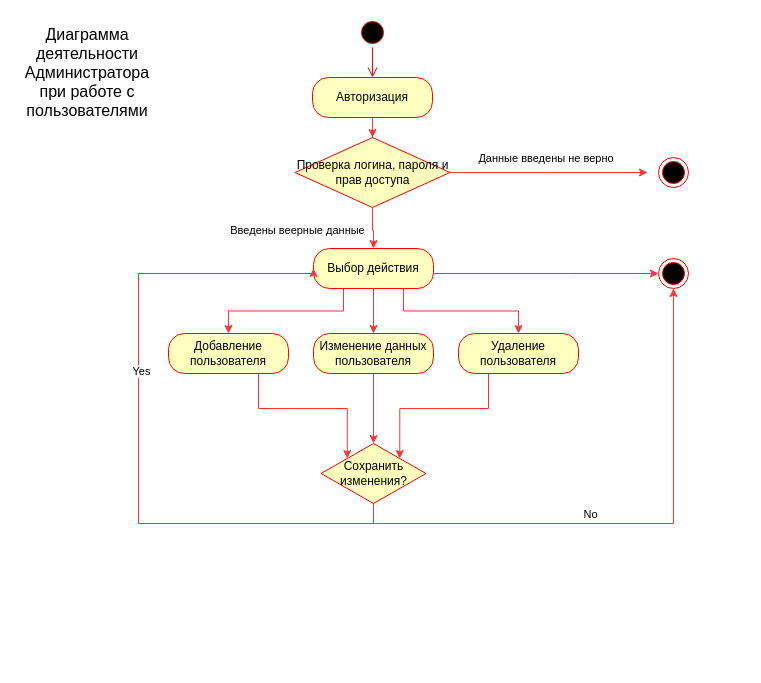
FaridunSalimzoda/myvkr keeps this draw.io diagram as page "Administrator" (10 of 13) of UML.drawio. Above is the earlier version. Source tidied: cells renumbered, new cells numbered last; positions are measured from the earlier drawing's top-left corner, leaving out a move shared by most shapes. Both pictures are drawn from the tidied source at 100%, with x=0, y=0 at pixel (17, 17).
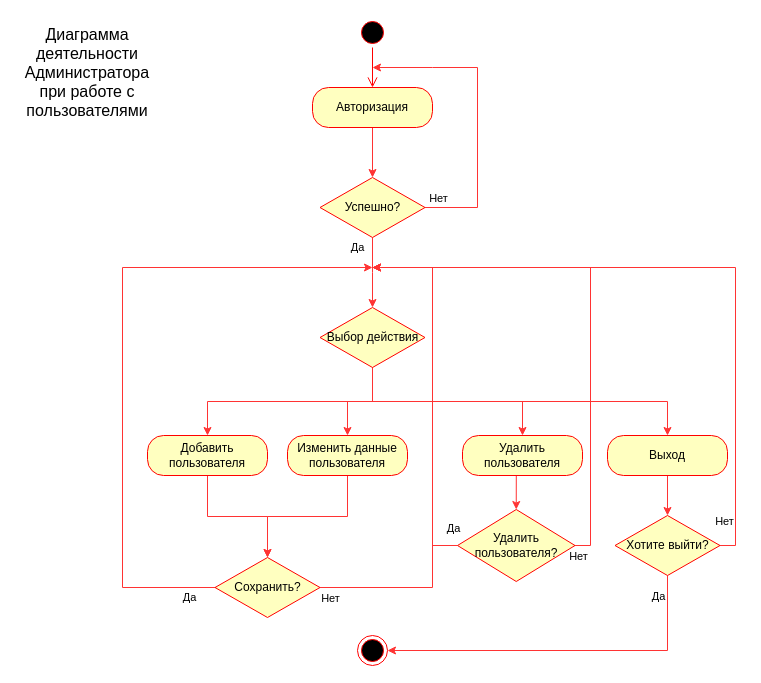
Above is the later version.

The edit, as a diff of the source:
```diff
@@
+    <mxCell id="24" value="&lt;font style=&quot;font-size: 16px&quot;&gt;Диаграмма деятельности Администратора&lt;br&gt;при работе с пользователями&lt;br&gt;&lt;/font&gt;" style="text;html=1;strokeColor=none;fillColor=none;align=center;verticalAlign=middle;whiteSpace=wrap;rounded=0;" parent="1" vertex="1">
+      <mxGeometry y="10" width="140" height="90" as="geometry" />
+    </mxCell>
+    <mxCell id="16" style="ellipse;html=1;shape=startState;fillColor=#000000;strokeColor=#ff0000;" parent="1" vertex="1">
+      <mxGeometry x="340" width="30" height="30" as="geometry" />
+    </mxCell>
-    <mxCell id="2" style="edgeStyle=orthogonalEdgeStyle;html=1;verticalAlign=bottom;endArrow=open;endSize=8;strokeColor=#ff0000;entryX=0.5;entryY=0;entryDx=0;entryDy=0;entryPerimeter=0;exitX=0.5;exitY=1;exitDx=0;exitDy=0;" parent="1" edge="1" source="16" target="4">
+    <mxCell id="2" style="edgeStyle=orthogonalEdgeStyle;html=1;verticalAlign=bottom;endArrow=open;endSize=8;strokeColor=#ff0000;entryX=0.5;entryY=0;entryDx=0;entryDy=0;entryPerimeter=0;" parent="1" edge="1" source="16" target="4">
       <mxGeometry relative="1" as="geometry" />
     </mxCell>
-    <mxCell id="3" style="edgeStyle=orthogonalEdgeStyle;rounded=0;jettySize=auto;html=1;exitX=0.5;exitY=1;exitDx=0;exitDy=0;strokeColor=#FF3333;" parent="1" edge="1" source="4" target="28">
-      <mxGeometry relative="1" as="geometry" />
-    </mxCell>
+    <mxCell id="29" style="edgeStyle=orthogonalEdgeStyle;rounded=0;jettySize=auto;html=1;exitX=0.5;exitY=1;exitDx=0;exitDy=0;strokeColor=#FF3333;entryX=0.5;entryY=0;entryDx=0;entryDy=0;" parent="1" edge="1" source="4" target="33">
+      <mxGeometry relative="1" as="geometry" />
+    </mxCell>
     <mxCell id="4" value="Авторизация" style="rounded=1;whiteSpace=wrap;html=1;arcSize=40;fontColor=#000000;fillColor=#ffffc0;strokeColor=#ff0000;" parent="1" vertex="1">
-      <mxGeometry x="295" y="60" width="120" height="40" as="geometry" />
+      <mxGeometry x="295" y="70" width="120" height="40" as="geometry" />
     </mxCell>
-    <mxCell id="5" style="edgeStyle=orthogonalEdgeStyle;rounded=0;jettySize=auto;html=1;exitX=1;exitY=0.5;exitDx=0;exitDy=0;strokeColor=#FF3333;entryX=0;entryY=0.5;entryDx=0;entryDy=0;" parent="1" edge="1" source="9" target="23">
-      <mxGeometry relative="1" as="geometry">
-        <Array as="points">
-          <mxPoint x="551" y="256" />
-          <mxPoint x="551" y="256" />
-        </Array>
-      </mxGeometry>
-    </mxCell>
-    <mxCell id="6" style="edgeStyle=orthogonalEdgeStyle;rounded=0;jettySize=auto;html=1;exitX=0.25;exitY=1;exitDx=0;exitDy=0;strokeColor=#FF3333;" parent="1" edge="1" source="9" target="18">
-      <mxGeometry relative="1" as="geometry" />
-    </mxCell>
-    <mxCell id="7" style="edgeStyle=orthogonalEdgeStyle;rounded=0;jettySize=auto;html=1;exitX=0.5;exitY=1;exitDx=0;exitDy=0;entryX=0.5;entryY=0;entryDx=0;entryDy=0;strokeColor=#FF3333;" parent="1" edge="1" source="9" target="20">
-      <mxGeometry relative="1" as="geometry" />
-    </mxCell>
-    <mxCell id="8" style="edgeStyle=orthogonalEdgeStyle;rounded=0;jettySize=auto;html=1;exitX=0.75;exitY=1;exitDx=0;exitDy=0;strokeColor=#FF3333;" parent="1" edge="1" source="9" target="22">
-      <mxGeometry relative="1" as="geometry" />
-    </mxCell>
+    <mxCell id="30" style="edgeStyle=orthogonalEdgeStyle;rounded=0;jettySize=auto;html=1;exitX=1;exitY=0.5;exitDx=0;exitDy=0;strokeColor=#FF3333;" parent="1" edge="1" source="33">
+      <mxGeometry relative="1" as="geometry">
+        <mxPoint x="355" y="50" as="targetPoint" />
+        <Array as="points">
+          <mxPoint x="460" y="190" />
+          <mxPoint x="460" y="50" />
+          <mxPoint x="415" y="50" />
+        </Array>
+      </mxGeometry>
+    </mxCell>
+    <mxCell id="31" value="Нет" style="edgeLabel;html=1;align=center;verticalAlign=middle;" parent="30" vertex="1">
+      <mxGeometry x="0.37" y="4" relative="1" as="geometry">
+        <mxPoint x="-28" y="126" as="offset" />
+      </mxGeometry>
+    </mxCell>
+    <mxCell id="32" value="Да" style="edgeStyle=orthogonalEdgeStyle;rounded=0;jettySize=auto;html=1;exitX=0.5;exitY=1;exitDx=0;exitDy=0;strokeColor=#FF3333;entryX=0.5;entryY=0;entryDx=0;entryDy=0;" parent="1" edge="1" source="33">
+      <mxGeometry x="-0.71" y="-15" relative="1" as="geometry">
+        <mxPoint x="355" y="290" as="targetPoint" />
+      </mxGeometry>
+    </mxCell>
+    <mxCell id="33" value="Успешно?" style="rhombus;whiteSpace=wrap;html=1;fillColor=#ffffc0;strokeColor=#ff0000;" parent="1" vertex="1">
+      <mxGeometry x="302.5" y="160" width="105" height="60" as="geometry" />
+    </mxCell>
+    <mxCell id="34" style="edgeStyle=orthogonalEdgeStyle;rounded=0;jettySize=auto;html=1;exitX=0.5;exitY=1;exitDx=0;exitDy=0;entryX=0.5;entryY=0;entryDx=0;entryDy=0;strokeColor=#FF3333;" parent="1" edge="1" source="35" target="45">
+      <mxGeometry relative="1" as="geometry" />
+    </mxCell>
+    <mxCell id="35" value="Добавить пользователя" style="rounded=1;whiteSpace=wrap;html=1;arcSize=40;fontColor=#000000;fillColor=#ffffc0;strokeColor=#ff0000;" parent="1" vertex="1">
+      <mxGeometry x="130" y="418" width="120" height="40" as="geometry" />
+    </mxCell>
+    <mxCell id="36" style="edgeStyle=orthogonalEdgeStyle;rounded=0;jettySize=auto;html=1;exitX=0.5;exitY=1;exitDx=0;exitDy=0;entryX=0.5;entryY=0;entryDx=0;entryDy=0;strokeColor=#FF3333;" parent="1" edge="1" source="37" target="45">
+      <mxGeometry relative="1" as="geometry" />
+    </mxCell>
+    <mxCell id="37" value="Изменить данные пользователя" style="rounded=1;whiteSpace=wrap;html=1;arcSize=40;fontColor=#000000;fillColor=#ffffc0;strokeColor=#ff0000;" parent="1" vertex="1">
+      <mxGeometry x="270" y="418" width="120" height="40" as="geometry" />
+    </mxCell>
+    <mxCell id="38" style="edgeStyle=orthogonalEdgeStyle;rounded=0;jettySize=auto;html=1;exitX=0.5;exitY=1;exitDx=0;exitDy=0;strokeColor=#FF3333;entryX=0.5;entryY=0;entryDx=0;entryDy=0;" parent="1" edge="1" source="39" target="50">
+      <mxGeometry relative="1" as="geometry" />
+    </mxCell>
+    <mxCell id="39" value="Удалить пользователя" style="rounded=1;whiteSpace=wrap;html=1;arcSize=40;fontColor=#000000;fillColor=#ffffc0;strokeColor=#ff0000;" parent="1" vertex="1">
+      <mxGeometry x="445" y="418" width="120" height="40" as="geometry" />
+    </mxCell>
+    <mxCell id="40" style="edgeStyle=orthogonalEdgeStyle;rounded=0;jettySize=auto;html=1;exitX=0.5;exitY=1;exitDx=0;exitDy=0;entryX=0.5;entryY=0;entryDx=0;entryDy=0;strokeColor=#FF3333;" parent="1" edge="1" source="41" target="56">
+      <mxGeometry relative="1" as="geometry" />
+    </mxCell>
+    <mxCell id="41" value="Выход" style="rounded=1;whiteSpace=wrap;html=1;arcSize=40;fontColor=#000000;fillColor=#ffffc0;strokeColor=#ff0000;" parent="1" vertex="1">
+      <mxGeometry x="590" y="418" width="120" height="40" as="geometry" />
+    </mxCell>
+    <mxCell id="42" value="Да" style="edgeStyle=orthogonalEdgeStyle;rounded=0;orthogonalLoop=1;jettySize=auto;html=1;exitX=0;exitY=0.5;exitDx=0;exitDy=0;strokeColor=#FF3333;" parent="1" edge="1">
+      <mxGeometry x="-0.92" y="10" relative="1" as="geometry">
+        <mxPoint x="198.5" y="570" as="sourcePoint" />
+        <mxPoint x="355" y="250" as="targetPoint" />
+        <Array as="points">
+          <mxPoint x="105" y="570" />
+          <mxPoint x="105" y="250" />
+        </Array>
+      </mxGeometry>
+    </mxCell>
+    <mxCell id="43" style="edgeStyle=orthogonalEdgeStyle;rounded=0;orthogonalLoop=1;jettySize=auto;html=1;exitX=1;exitY=0.5;exitDx=0;exitDy=0;strokeColor=#FF3333;" parent="1" edge="1">
+      <mxGeometry relative="1" as="geometry">
+        <mxPoint x="297.5" y="570" as="sourcePoint" />
+        <mxPoint x="355" y="250" as="targetPoint" />
+        <Array as="points">
+          <mxPoint x="415" y="570" />
+          <mxPoint x="415" y="250" />
+        </Array>
+      </mxGeometry>
+    </mxCell>
+    <mxCell id="44" value="Нет" style="edgeLabel;html=1;align=center;verticalAlign=middle;" parent="43" vertex="1">
+      <mxGeometry x="-0.84" relative="1" as="geometry">
+        <mxPoint x="-25" y="10" as="offset" />
+      </mxGeometry>
+    </mxCell>
+    <mxCell id="45" value="Сохранить?" style="rhombus;whiteSpace=wrap;html=1;fillColor=#ffffc0;strokeColor=#ff0000;" parent="1" vertex="1">
+      <mxGeometry x="197.5" y="540" width="105" height="60" as="geometry" />
+    </mxCell>
+    <mxCell id="46" style="edgeStyle=orthogonalEdgeStyle;rounded=0;jettySize=auto;html=1;exitX=0;exitY=0.5;exitDx=0;exitDy=0;strokeColor=#FF3333;" parent="1" edge="1" source="50">
+      <mxGeometry relative="1" as="geometry">
+        <mxPoint x="355" y="250" as="targetPoint" />
+        <Array as="points">
+          <mxPoint x="415" y="528" />
+          <mxPoint x="415" y="250" />
+        </Array>
+      </mxGeometry>
+    </mxCell>
+    <mxCell id="47" value="Да" style="edgeLabel;html=1;align=center;verticalAlign=middle;" parent="46" vertex="1">
+      <mxGeometry x="-0.81" y="-1" relative="1" as="geometry">
+        <mxPoint x="19" y="-9" as="offset" />
+      </mxGeometry>
+    </mxCell>
+    <mxCell id="48" style="edgeStyle=orthogonalEdgeStyle;rounded=0;orthogonalLoop=1;jettySize=auto;html=1;exitX=1;exitY=0.5;exitDx=0;exitDy=0;strokeColor=#FF3333;" parent="1" edge="1">
+      <mxGeometry relative="1" as="geometry">
+        <mxPoint x="552.5" y="528" as="sourcePoint" />
+        <mxPoint x="355" y="250" as="targetPoint" />
+        <Array as="points">
+          <mxPoint x="573" y="528" />
+          <mxPoint x="573" y="250" />
+        </Array>
+      </mxGeometry>
+    </mxCell>
+    <mxCell id="49" value="Нет" style="edgeLabel;html=1;align=center;verticalAlign=middle;" parent="48" vertex="1">
+      <mxGeometry x="-0.44" y="-2" relative="1" as="geometry">
+        <mxPoint x="-15" y="135" as="offset" />
+      </mxGeometry>
+    </mxCell>
+    <mxCell id="50" value="Удалить пользователя?" style="rhombus;whiteSpace=wrap;html=1;fillColor=#ffffc0;strokeColor=#ff0000;" parent="1" vertex="1">
+      <mxGeometry x="440" y="492" width="117.5" height="72" as="geometry" />
+    </mxCell>
+    <mxCell id="51" style="ellipse;html=1;shape=endState;fillColor=#000000;strokeColor=#ff0000;" parent="1" vertex="1">
+      <mxGeometry x="340" y="618" width="30" height="30" as="geometry" />
+    </mxCell>
+    <mxCell id="52" style="edgeStyle=orthogonalEdgeStyle;rounded=0;jettySize=auto;html=1;exitX=0.5;exitY=1;exitDx=0;exitDy=0;entryX=1;entryY=0.5;entryDx=0;entryDy=0;strokeColor=#FF3333;" parent="1" edge="1" source="56" target="51">
+      <mxGeometry relative="1" as="geometry" />
+    </mxCell>
+    <mxCell id="53" value="Да" style="edgeLabel;html=1;align=center;verticalAlign=middle;" parent="52" vertex="1">
+      <mxGeometry x="-0.89" y="3" relative="1" as="geometry">
+        <mxPoint x="-13" as="offset" />
+      </mxGeometry>
+    </mxCell>
+    <mxCell id="54" style="edgeStyle=orthogonalEdgeStyle;rounded=0;orthogonalLoop=1;jettySize=auto;html=1;exitX=1;exitY=0.5;exitDx=0;exitDy=0;strokeColor=#FF3333;" parent="1" edge="1">
+      <mxGeometry relative="1" as="geometry">
+        <mxPoint x="697.5" y="528" as="sourcePoint" />
+        <mxPoint x="355" y="250" as="targetPoint" />
+        <Array as="points">
+          <mxPoint x="718" y="528" />
+          <mxPoint x="718" y="250" />
+        </Array>
+      </mxGeometry>
+    </mxCell>
+    <mxCell id="55" value="Нет" style="edgeLabel;html=1;align=center;verticalAlign=middle;" parent="54" vertex="1">
+      <mxGeometry x="-0.63" y="-1" relative="1" as="geometry">
+        <mxPoint x="-13" y="77" as="offset" />
+      </mxGeometry>
+    </mxCell>
+    <mxCell id="56" value="Хотите выйти?" style="rhombus;whiteSpace=wrap;html=1;fillColor=#ffffc0;strokeColor=#ff0000;" parent="1" vertex="1">
+      <mxGeometry x="597.5" y="498" width="105" height="60" as="geometry" />
+    </mxCell>
+    <mxCell id="57" style="edgeStyle=orthogonalEdgeStyle;rounded=0;jettySize=auto;html=1;exitX=0.5;exitY=1;exitDx=0;exitDy=0;strokeColor=#FF3333;" parent="1" edge="1" source="9" target="37">
+      <mxGeometry relative="1" as="geometry" />
+    </mxCell>
+    <mxCell id="58" style="edgeStyle=orthogonalEdgeStyle;rounded=0;jettySize=auto;html=1;exitX=0.5;exitY=1;exitDx=0;exitDy=0;entryX=0.5;entryY=0;entryDx=0;entryDy=0;strokeColor=#FF3333;" parent="1" edge="1" source="9" target="39">
+      <mxGeometry relative="1" as="geometry" />
+    </mxCell>
+    <mxCell id="59" style="edgeStyle=orthogonalEdgeStyle;rounded=0;jettySize=auto;html=1;exitX=0.5;exitY=1;exitDx=0;exitDy=0;strokeColor=#FF3333;" parent="1" edge="1" source="9" target="41">
+      <mxGeometry relative="1" as="geometry" />
+    </mxCell>
+    <mxCell id="60" style="edgeStyle=orthogonalEdgeStyle;rounded=0;jettySize=auto;html=1;exitX=0.5;exitY=1;exitDx=0;exitDy=0;entryX=0.5;entryY=0;entryDx=0;entryDy=0;strokeColor=#FF3333;" parent="1" edge="1" source="9" target="35">
+      <mxGeometry relative="1" as="geometry" />
+    </mxCell>
-    <mxCell id="9" value="Выбор действия" style="rounded=1;whiteSpace=wrap;html=1;arcSize=40;fontColor=#000000;fillColor=#ffffc0;strokeColor=#ff0000;" parent="1" vertex="1">
-      <mxGeometry x="296" y="231" width="120" height="40" as="geometry" />
+    <mxCell id="9" value="Выбор действия" style="rhombus;whiteSpace=wrap;html=1;fillColor=#ffffc0;strokeColor=#ff0000;" parent="1" vertex="1">
+      <mxGeometry x="302.5" y="290" width="105" height="60" as="geometry" />
     </mxCell>
-    <mxCell id="10" style="ellipse;html=1;shape=endState;fillColor=#000000;strokeColor=#ff0000;" parent="1" vertex="1">
-      <mxGeometry x="641" y="140" width="30" height="30" as="geometry" />
-    </mxCell>
-    <mxCell id="11" style="edgeStyle=orthogonalEdgeStyle;rounded=0;jettySize=auto;html=1;exitX=0.5;exitY=1;exitDx=0;exitDy=0;entryX=0;entryY=0.5;entryDx=0;entryDy=0;strokeColor=#FF3333;" parent="1" edge="1" source="15" target="9">
-      <mxGeometry relative="1" as="geometry">
-        <Array as="points">
-          <mxPoint x="356" y="506" />
-          <mxPoint x="121" y="506" />
-          <mxPoint x="121" y="256" />
-        </Array>
-      </mxGeometry>
-    </mxCell>
-    <mxCell id="12" value="Yes" style="edgeLabel;html=1;align=center;verticalAlign=middle;" parent="11" vertex="1">
-      <mxGeometry x="0.19" y="-2" relative="1" as="geometry" />
-    </mxCell>
-    <mxCell id="13" style="edgeStyle=orthogonalEdgeStyle;rounded=0;jettySize=auto;html=1;exitX=0.5;exitY=1;exitDx=0;exitDy=0;entryX=0.5;entryY=1;entryDx=0;entryDy=0;strokeColor=#FF3333;" parent="1" edge="1" source="15" target="23">
-      <mxGeometry relative="1" as="geometry" />
-    </mxCell>
-    <mxCell id="14" value="No" style="edgeLabel;html=1;align=center;verticalAlign=middle;" parent="13" vertex="1">
-      <mxGeometry x="-0.15" y="-1" relative="1" as="geometry">
-        <mxPoint y="-11" as="offset" />
-      </mxGeometry>
-    </mxCell>
-    <mxCell id="15" value="Сохранить изменения?" style="rhombus;whiteSpace=wrap;html=1;fillColor=#ffffc0;strokeColor=#ff0000;" parent="1" vertex="1">
-      <mxGeometry x="303.5" y="426" width="105" height="60" as="geometry" />
-    </mxCell>
-    <mxCell id="16" style="ellipse;html=1;shape=startState;fillColor=#000000;strokeColor=#ff0000;" parent="1" vertex="1">
-      <mxGeometry x="340" width="30" height="30" as="geometry" />
-    </mxCell>
-    <mxCell id="17" style="edgeStyle=orthogonalEdgeStyle;rounded=0;jettySize=auto;html=1;exitX=0.75;exitY=1;exitDx=0;exitDy=0;entryX=0;entryY=0;entryDx=0;entryDy=0;strokeColor=#FF3333;" parent="1" edge="1" source="18" target="15">
-      <mxGeometry relative="1" as="geometry" />
-    </mxCell>
-    <mxCell id="18" value="Добавление пользователя" style="rounded=1;whiteSpace=wrap;html=1;arcSize=40;fontColor=#000000;fillColor=#ffffc0;strokeColor=#ff0000;" parent="1" vertex="1">
-      <mxGeometry x="151" y="316" width="120" height="40" as="geometry" />
-    </mxCell>
-    <mxCell id="19" style="edgeStyle=orthogonalEdgeStyle;rounded=0;jettySize=auto;html=1;exitX=0.5;exitY=1;exitDx=0;exitDy=0;strokeColor=#FF3333;" parent="1" edge="1" source="20" target="15">
-      <mxGeometry relative="1" as="geometry" />
-    </mxCell>
-    <mxCell id="20" value="Изменение данных пользователя" style="rounded=1;whiteSpace=wrap;html=1;arcSize=40;fontColor=#000000;fillColor=#ffffc0;strokeColor=#ff0000;" parent="1" vertex="1">
-      <mxGeometry x="296" y="316" width="120" height="40" as="geometry" />
-    </mxCell>
-    <mxCell id="21" style="edgeStyle=orthogonalEdgeStyle;rounded=0;jettySize=auto;html=1;exitX=0.25;exitY=1;exitDx=0;exitDy=0;entryX=1;entryY=0;entryDx=0;entryDy=0;strokeColor=#FF3333;" parent="1" edge="1" source="22" target="15">
-      <mxGeometry relative="1" as="geometry" />
-    </mxCell>
-    <mxCell id="22" value="Удаление пользователя" style="rounded=1;whiteSpace=wrap;html=1;arcSize=40;fontColor=#000000;fillColor=#ffffc0;strokeColor=#ff0000;" parent="1" vertex="1">
-      <mxGeometry x="441" y="316" width="120" height="40" as="geometry" />
-    </mxCell>
-    <mxCell id="23" style="ellipse;html=1;shape=endState;fillColor=#000000;strokeColor=#ff0000;" parent="1" vertex="1">
-      <mxGeometry x="641" y="241" width="30" height="30" as="geometry" />
-    </mxCell>
-    <mxCell id="24" value="&lt;font style=&quot;font-size: 16px&quot;&gt;Диаграмма деятельности Администратора&lt;br&gt;при работе с пользователями&lt;br&gt;&lt;/font&gt;" style="text;html=1;strokeColor=none;fillColor=none;align=center;verticalAlign=middle;whiteSpace=wrap;rounded=0;" parent="1" vertex="1">
-      <mxGeometry y="10" width="140" height="90" as="geometry" />
-    </mxCell>
-    <mxCell id="25" style="edgeStyle=orthogonalEdgeStyle;rounded=0;jettySize=auto;html=1;exitX=1;exitY=0.5;exitDx=0;exitDy=0;strokeColor=#FF3333;" parent="1" edge="1" source="28">
-      <mxGeometry relative="1" as="geometry">
-        <mxPoint x="630" y="155" as="targetPoint" />
-      </mxGeometry>
-    </mxCell>
-    <mxCell id="26" value="Данные введены не верно&amp;nbsp;" style="edgeLabel;html=1;align=center;verticalAlign=middle;" parent="25" vertex="1">
-      <mxGeometry x="0.23" relative="1" as="geometry">
-        <mxPoint x="-24" y="-15" as="offset" />
-      </mxGeometry>
-    </mxCell>
-    <mxCell id="27" value="Введены веерные данные" style="edgeStyle=orthogonalEdgeStyle;rounded=0;jettySize=auto;html=1;exitX=0.5;exitY=1;exitDx=0;exitDy=0;entryX=0.5;entryY=0;entryDx=0;entryDy=0;strokeColor=#FF3333;" parent="1" edge="1" source="28" target="9">
-      <mxGeometry x="0.1" y="-75" relative="1" as="geometry">
-        <Array as="points">
-          <mxPoint x="355" y="213" />
-          <mxPoint x="356" y="213" />
-        </Array>
-        <mxPoint x="-75" y="-75" as="offset" />
-      </mxGeometry>
-    </mxCell>
-    <mxCell id="28" value="Проверка логина, пароля и прав доступа" style="rhombus;whiteSpace=wrap;html=1;fillColor=#ffffc0;strokeColor=#ff0000;" parent="1" vertex="1">
-      <mxGeometry x="277.5" y="120" width="155" height="70" as="geometry" />
-    </mxCell>
```
